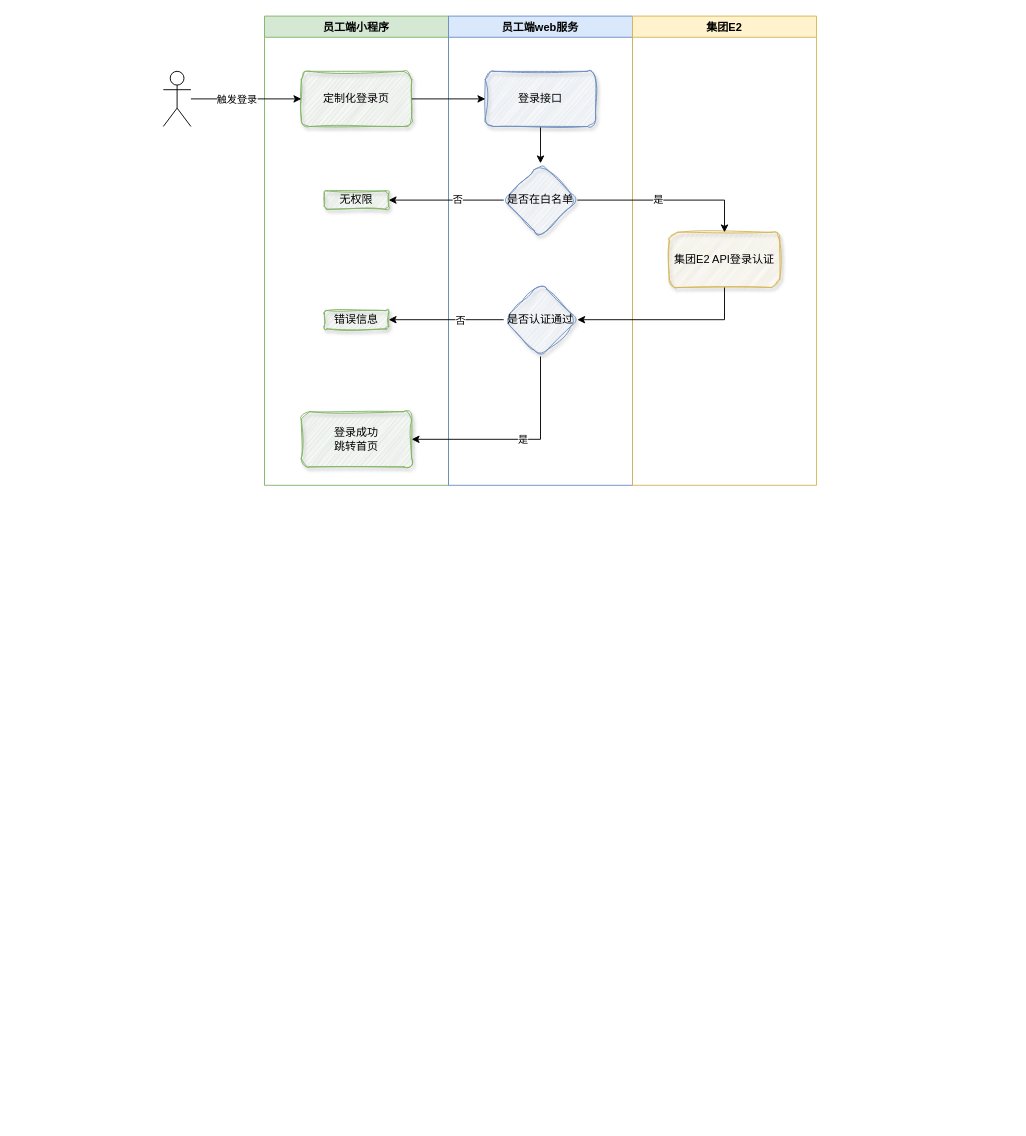
Above: 轻学学员端.drawio in me-Minion/draw (draw.io), before the change. Source tidied: cells renumbered, new cells numbered last; positions are measured from the earlier drawing's top-left corner, leaving out a move shared by most shapes. Both pictures are drawn from the tidied source at 92%, with x=0, y=0 at pixel (163, 16).
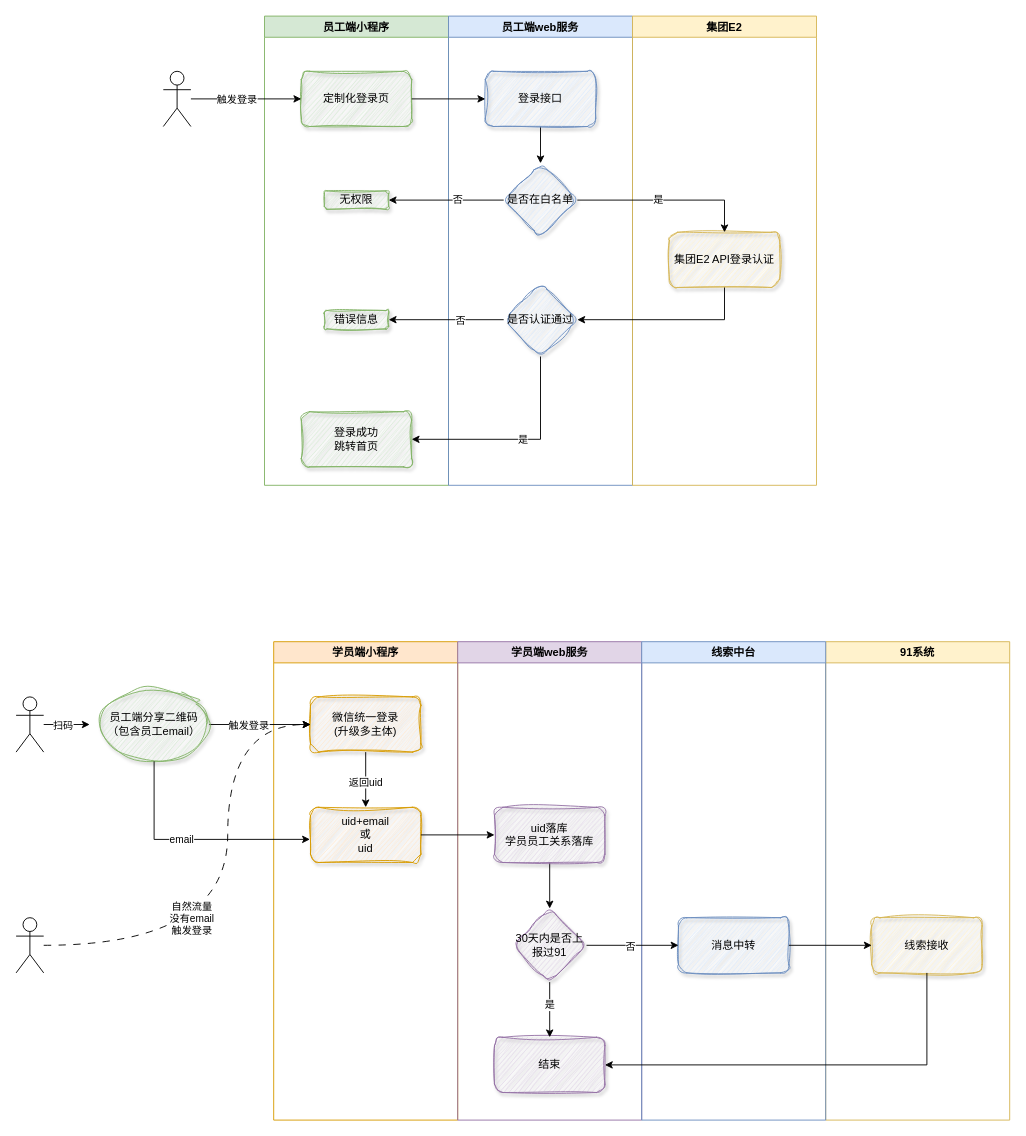
Above is the later version.

Commit message:
更新轻学学员端.drawio

Change to the diagram source:
```diff
@@
+    <mxCell id="27" value="学员端小程序" style="swimlane;fillColor=#ffe6cc;strokeColor=#d79b00;" parent="1" vertex="1">
+      <mxGeometry x="120" y="680" width="200" height="520" as="geometry" />
+    </mxCell>
+    <mxCell id="28" style="edgeStyle=orthogonalEdgeStyle;rounded=0;jettySize=auto;html=1;" parent="27" edge="1" source="30" target="31">
+      <mxGeometry relative="1" as="geometry" />
+    </mxCell>
+    <mxCell id="29" value="返回uid" style="edgeLabel;html=1;align=center;verticalAlign=middle;" parent="28" vertex="1">
+      <mxGeometry x="0.07" y="-1" relative="1" as="geometry" />
+    </mxCell>
+    <mxCell id="30" value="微信统一登录&lt;br&gt;(升级多主体)" style="rounded=1;whiteSpace=wrap;html=1;fillColor=#ffe6cc;strokeColor=#d79b00;glass=0;shadow=1;sketch=1;curveFitting=1;jiggle=2;" parent="27" vertex="1">
+      <mxGeometry x="40" y="60" width="120" height="60" as="geometry" />
+    </mxCell>
+    <mxCell id="31" value="uid+email&lt;br&gt;或&lt;br&gt;uid" style="whiteSpace=wrap;html=1;fillColor=#ffe6cc;strokeColor=#d79b00;rounded=1;glass=0;shadow=1;sketch=1;curveFitting=1;jiggle=2;" parent="27" vertex="1">
+      <mxGeometry x="40" y="180" width="120" height="60" as="geometry" />
+    </mxCell>
+    <mxCell id="32" value="学员端web服务" style="swimlane;fillColor=#e1d5e7;strokeColor=#9673a6;" parent="1" vertex="1">
+      <mxGeometry x="320" y="680" width="200" height="520" as="geometry" />
+    </mxCell>
+    <mxCell id="33" style="edgeStyle=orthogonalEdgeStyle;rounded=0;jettySize=auto;html=1;exitX=0.5;exitY=1;exitDx=0;exitDy=0;" parent="32" edge="1" source="34" target="35">
+      <mxGeometry relative="1" as="geometry" />
+    </mxCell>
+    <mxCell id="34" value="uid落库&lt;br&gt;学员员工关系落库" style="rounded=1;whiteSpace=wrap;html=1;fillColor=#e1d5e7;strokeColor=#9673a6;shadow=1;sketch=1;curveFitting=1;jiggle=2;" parent="32" vertex="1">
+      <mxGeometry x="40" y="180" width="120" height="60" as="geometry" />
+    </mxCell>
+    <mxCell id="35" value="30天内是否上报过91" style="rhombus;whiteSpace=wrap;html=1;fillColor=#e1d5e7;strokeColor=#9673a6;rounded=1;shadow=1;sketch=1;curveFitting=1;jiggle=2;" parent="32" vertex="1">
+      <mxGeometry x="60" y="290" width="80" height="80" as="geometry" />
+    </mxCell>
+    <mxCell id="36" value="结束" style="whiteSpace=wrap;html=1;fillColor=#e1d5e7;strokeColor=#9673a6;rounded=1;shadow=1;sketch=1;curveFitting=1;jiggle=2;" parent="32" vertex="1">
+      <mxGeometry x="40" y="430" width="120" height="60" as="geometry" />
+    </mxCell>
+    <mxCell id="37" style="edgeStyle=orthogonalEdgeStyle;rounded=0;jettySize=auto;html=1;" parent="32" edge="1" source="35" target="36">
+      <mxGeometry relative="1" as="geometry" />
+    </mxCell>
+    <mxCell id="38" value="是" style="edgeLabel;html=1;align=center;verticalAlign=middle;" parent="37" vertex="1">
+      <mxGeometry x="-0.21" y="-1" relative="1" as="geometry" />
+    </mxCell>
+    <mxCell id="39" style="edgeStyle=orthogonalEdgeStyle;rounded=0;jettySize=auto;html=1;" parent="1" edge="1" source="41">
+      <mxGeometry relative="1" as="geometry">
+        <mxPoint x="-80" y="770" as="targetPoint" />
+      </mxGeometry>
+    </mxCell>
+    <mxCell id="40" value="扫码" style="edgeLabel;html=1;align=center;verticalAlign=middle;" parent="39" vertex="1">
+      <mxGeometry x="-0.3" y="-1" relative="1" as="geometry">
+        <mxPoint x="2" y="-1" as="offset" />
+      </mxGeometry>
+    </mxCell>
+    <mxCell id="41" style="shape=umlActor;verticalLabelPosition=bottom;verticalAlign=top;html=1;outlineConnect=0;" parent="1" vertex="1">
+      <mxGeometry x="-160" y="740" width="30" height="60" as="geometry" />
+    </mxCell>
+    <mxCell id="42" value="91系统" style="swimlane;whiteSpace=wrap;html=1;fillColor=#fff2cc;strokeColor=#d6b656;" parent="1" vertex="1">
+      <mxGeometry x="720" y="680" width="200" height="520" as="geometry" />
+    </mxCell>
+    <mxCell id="43" value="线索接收" style="rounded=1;whiteSpace=wrap;html=1;fillColor=#fff2cc;strokeColor=#d6b656;shadow=1;sketch=1;curveFitting=1;jiggle=2;" parent="42" vertex="1">
+      <mxGeometry x="50" y="300" width="120" height="60" as="geometry" />
+    </mxCell>
+    <mxCell id="44" style="edgeStyle=orthogonalEdgeStyle;rounded=0;jettySize=auto;html=1;exitX=1;exitY=0.5;exitDx=0;exitDy=0;entryX=0;entryY=0.5;entryDx=0;entryDy=0;" parent="1" edge="1" source="31" target="34">
+      <mxGeometry relative="1" as="geometry" />
+    </mxCell>
+    <mxCell id="45" value="线索中台" style="swimlane;whiteSpace=wrap;html=1;fillColor=#dae8fc;strokeColor=#6c8ebf;" parent="1" vertex="1">
+      <mxGeometry x="520" y="680" width="200" height="520" as="geometry" />
+    </mxCell>
+    <mxCell id="46" value="消息中转" style="rounded=1;whiteSpace=wrap;html=1;fillColor=#dae8fc;strokeColor=#6c8ebf;shadow=1;sketch=1;curveFitting=1;jiggle=2;" parent="45" vertex="1">
+      <mxGeometry x="40" y="300" width="120" height="60" as="geometry" />
+    </mxCell>
+    <mxCell id="47" style="edgeStyle=orthogonalEdgeStyle;rounded=0;jettySize=auto;html=1;entryX=0;entryY=0.5;entryDx=0;entryDy=0;" parent="1" edge="1" source="49" target="30">
+      <mxGeometry relative="1" as="geometry" />
+    </mxCell>
+    <mxCell id="48" value="触发登录" style="edgeLabel;html=1;align=center;verticalAlign=middle;" parent="47" vertex="1">
+      <mxGeometry x="-0.4" relative="1" as="geometry">
+        <mxPoint x="9" as="offset" />
+      </mxGeometry>
+    </mxCell>
+    <mxCell id="49" value="员工端分享二维码&lt;br&gt;（包含员工email）" style="ellipse;whiteSpace=wrap;html=1;fillColor=#d5e8d4;strokeColor=#82b366;shadow=1;sketch=1;curveFitting=1;jiggle=2;" parent="1" vertex="1">
+      <mxGeometry x="-70" y="730" width="120" height="80" as="geometry" />
+    </mxCell>
+    <mxCell id="50" style="edgeStyle=orthogonalEdgeStyle;rounded=0;jettySize=auto;html=1;entryX=-0.005;entryY=0.581;entryDx=0;entryDy=0;entryPerimeter=0;exitX=0.5;exitY=1;exitDx=0;exitDy=0;" parent="1" edge="1" source="49" target="31">
+      <mxGeometry relative="1" as="geometry" />
+    </mxCell>
+    <mxCell id="51" value="email" style="edgeLabel;html=1;align=center;verticalAlign=middle;" parent="50" vertex="1">
+      <mxGeometry x="-0.1" relative="1" as="geometry" />
+    </mxCell>
+    <mxCell id="52" style="edgeStyle=orthogonalEdgeStyle;rounded=0;jettySize=auto;html=1;exitX=1;exitY=0.5;exitDx=0;exitDy=0;entryX=0;entryY=0.5;entryDx=0;entryDy=0;" parent="1" edge="1" source="35" target="46">
+      <mxGeometry relative="1" as="geometry" />
+    </mxCell>
+    <mxCell id="53" value="否" style="edgeLabel;html=1;align=center;verticalAlign=middle;" parent="52" vertex="1">
+      <mxGeometry x="-0.06" y="-1" relative="1" as="geometry" />
+    </mxCell>
+    <mxCell id="54" style="edgeStyle=orthogonalEdgeStyle;rounded=0;jettySize=auto;html=1;entryX=0;entryY=0.5;entryDx=0;entryDy=0;" parent="1" edge="1" source="46" target="43">
+      <mxGeometry relative="1" as="geometry" />
+    </mxCell>
+    <mxCell id="55" style="edgeStyle=orthogonalEdgeStyle;rounded=0;jettySize=auto;html=1;entryX=0;entryY=0.5;entryDx=0;entryDy=0;curved=1;dashed=1;dashPattern=8 8;" parent="1" edge="1" source="57" target="30">
+      <mxGeometry relative="1" as="geometry">
+        <Array as="points">
+          <mxPoint x="70" y="1010" />
+          <mxPoint x="70" y="770" />
+        </Array>
+      </mxGeometry>
+    </mxCell>
+    <mxCell id="56" value="自然流量&lt;br&gt;没有email&lt;br&gt;触发登录" style="edgeLabel;html=1;align=center;verticalAlign=middle;" parent="55" vertex="1">
+      <mxGeometry x="-0.17" y="27" relative="1" as="geometry">
+        <mxPoint x="-13" y="-10" as="offset" />
+      </mxGeometry>
+    </mxCell>
+    <mxCell id="57" style="shape=umlActor;verticalLabelPosition=bottom;verticalAlign=top;html=1;outlineConnect=0;" parent="1" vertex="1">
+      <mxGeometry x="-160" y="980" width="30" height="60" as="geometry" />
+    </mxCell>
+    <mxCell id="58" style="edgeStyle=orthogonalEdgeStyle;rounded=0;jettySize=auto;html=1;entryX=1;entryY=0.5;entryDx=0;entryDy=0;" parent="1" edge="1" source="43" target="36">
+      <mxGeometry relative="1" as="geometry">
+        <Array as="points">
+          <mxPoint x="830" y="1140" />
+        </Array>
+      </mxGeometry>
+    </mxCell>
```
